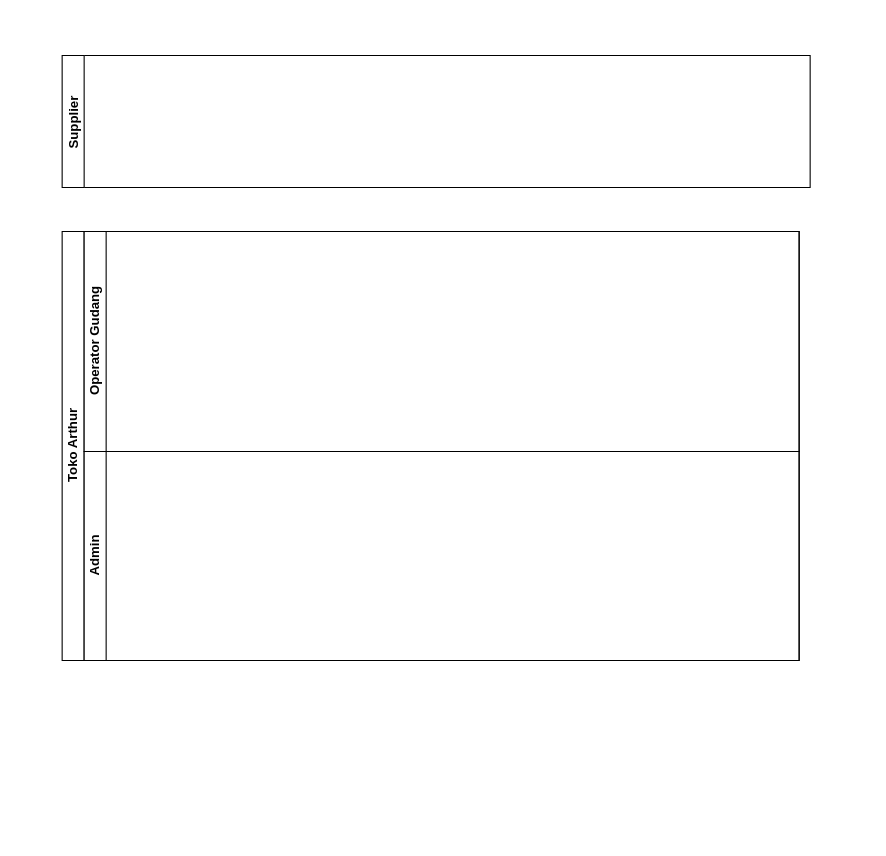
Above: Tugas/BPMN3.drawio in kucingtakucin/Proses-Bisnis-dan-SIM (draw.io), before the change. Source tidied: cells renumbered, new cells numbered last; positions are measured from the earlier drawing's top-left corner, leaving out a move shared by most shapes. Both pictures are drawn from the tidied source at 110%, with x=0, y=0 at pixel (62, 55).
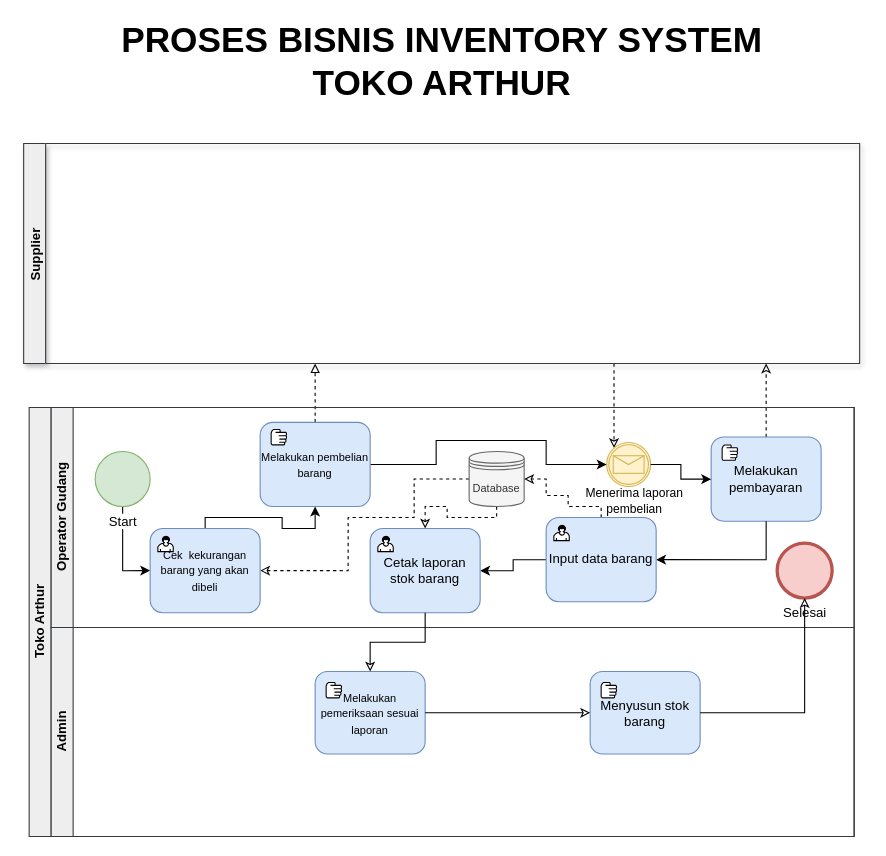
Above is the later version.

What changed in the source:
```diff
@@
+    <mxCell id="6" style="edgeStyle=orthogonalEdgeStyle;rounded=0;jettySize=auto;html=1;dashed=1;endArrow=classic;endFill=0;" parent="1" edge="1" source="2" target="12">
+      <mxGeometry relative="1" as="geometry">
+        <Array as="points">
+          <mxPoint x="515" y="280" />
+          <mxPoint x="515" y="280" />
+        </Array>
+      </mxGeometry>
+    </mxCell>
-    <mxCell id="2" value="Supplier" style="swimlane;startSize=20;horizontal=0;" parent="1" vertex="1">
-      <mxGeometry width="680" height="120" as="geometry" />
+    <mxCell id="2" value="Supplier" style="swimlane;startSize=20;horizontal=0;fillColor=#eeeeee;strokeColor=#36393d;shadow=1;" parent="1" vertex="1">
+      <mxGeometry x="-35" y="80" width="760" height="200" as="geometry" />
     </mxCell>
+    <mxCell id="7" style="edgeStyle=orthogonalEdgeStyle;rounded=0;jettySize=auto;html=1;dashed=1;endArrow=block;endFill=0;" parent="1" edge="1" source="15">
+      <mxGeometry relative="1" as="geometry">
+        <mxPoint x="230" y="280" as="targetPoint" />
+      </mxGeometry>
+    </mxCell>
+    <mxCell id="8" style="edgeStyle=orthogonalEdgeStyle;rounded=0;jettySize=auto;html=1;endArrow=classic;endFill=0;dashed=1;" parent="1" edge="1" source="9">
+      <mxGeometry relative="1" as="geometry">
+        <mxPoint x="640" y="280" as="targetPoint" />
+      </mxGeometry>
+    </mxCell>
-    <mxCell id="3" value="Toko Arthur" style="swimlane;html=1;horizontal=0;startSize=20;" parent="1" vertex="1">
-      <mxGeometry y="160" width="670" height="390" as="geometry" />
+    <mxCell id="3" value="Toko Arthur" style="swimlane;html=1;horizontal=0;startSize=20;fillColor=#eeeeee;strokeColor=#36393d;" parent="1" vertex="1">
+      <mxGeometry x="-30" y="320" width="750" height="390" as="geometry" />
     </mxCell>
-    <mxCell id="4" value="Operator Gudang" style="swimlane;html=1;startSize=20;horizontal=0;" parent="3" vertex="1">
-      <mxGeometry x="20" width="650" height="200" as="geometry" />
+    <mxCell id="4" value="Operator Gudang" style="swimlane;html=1;startSize=20;horizontal=0;fillColor=#eeeeee;strokeColor=#36393d;" parent="3" vertex="1">
+      <mxGeometry x="20" width="730" height="200" as="geometry" />
     </mxCell>
+    <mxCell id="9" value="Melakukan pembayaran" style="html=1;whiteSpace=wrap;rounded=1;fillColor=#dae8fc;strokeColor=#6c8ebf;" parent="4" vertex="1">
+      <mxGeometry x="600" y="26.8" width="100" height="76.5" as="geometry" />
+    </mxCell>
+    <mxCell id="10" style="edgeStyle=orthogonalEdgeStyle;rounded=0;jettySize=auto;html=1;entryX=1;entryY=0.5;entryDx=0;entryDy=0;endArrow=classic;endFill=1;exitX=0.5;exitY=1;exitDx=0;exitDy=0;" parent="4" edge="1" source="9" target="26">
+      <mxGeometry relative="1" as="geometry" />
+    </mxCell>
+    <mxCell id="11" style="shape=mxgraph.bpmn.manual_task;html=1;" parent="4" vertex="1">
+      <mxGeometry x="610" y="34" width="14" height="14" as="geometry" />
+    </mxCell>
+    <mxCell id="12" style="shape=mxgraph.bpmn.shape;html=1;verticalLabelPosition=bottom;labelBackgroundColor=#ffffff;verticalAlign=top;align=center;perimeter=ellipsePerimeter;outlineConnect=0;outline=catching;symbol=message;fillColor=#fff2cc;strokeColor=#d6b656;" parent="4" vertex="1">
+      <mxGeometry x="505" y="31.8" width="40" height="40" as="geometry" />
+    </mxCell>
+    <mxCell id="13" style="edgeStyle=orthogonalEdgeStyle;rounded=0;jettySize=auto;html=1;endArrow=classic;endFill=1;" parent="4" edge="1" source="12" target="9">
+      <mxGeometry relative="1" as="geometry" />
+    </mxCell>
+    <mxCell id="14" style="edgeStyle=orthogonalEdgeStyle;rounded=0;jettySize=auto;html=1;entryX=0;entryY=0.5;entryDx=0;entryDy=0;endArrow=classic;endFill=1;exitX=1;exitY=0.5;exitDx=0;exitDy=0;" parent="4" edge="1" source="15" target="12">
+      <mxGeometry relative="1" as="geometry">
+        <Array as="points">
+          <mxPoint x="350" y="52" />
+          <mxPoint x="350" y="30" />
+          <mxPoint x="450" y="30" />
+          <mxPoint x="450" y="52" />
+        </Array>
+      </mxGeometry>
+    </mxCell>
+    <mxCell id="15" value="&lt;font style=&quot;font-size: 10px&quot;&gt;Melakukan pembelian barang&lt;/font&gt;" style="html=1;whiteSpace=wrap;rounded=1;fillColor=#dae8fc;strokeColor=#6c8ebf;" parent="4" vertex="1">
+      <mxGeometry x="190" y="13.5" width="100" height="76.5" as="geometry" />
+    </mxCell>
+    <mxCell id="16" style="shape=mxgraph.bpmn.manual_task;html=1;" parent="4" vertex="1">
+      <mxGeometry x="200" y="20" width="14" height="14" as="geometry" />
+    </mxCell>
+    <mxCell id="17" style="edgeStyle=orthogonalEdgeStyle;rounded=0;jettySize=auto;html=1;entryX=0;entryY=0.5;entryDx=0;entryDy=0;" parent="4" edge="1" source="21" target="30">
+      <mxGeometry relative="1" as="geometry" />
+    </mxCell>
+    <mxCell id="18" style="edgeStyle=orthogonalEdgeStyle;rounded=0;jettySize=auto;html=1;entryX=1;entryY=0.5;entryDx=0;entryDy=0;dashed=1;endArrow=classic;endFill=0;exitX=0;exitY=0.5;exitDx=0;exitDy=0;" parent="4" edge="1" source="20" target="30">
+      <mxGeometry relative="1" as="geometry">
+        <Array as="points">
+          <mxPoint x="330" y="65" />
+          <mxPoint x="330" y="100" />
+          <mxPoint x="270" y="100" />
+          <mxPoint x="270" y="148" />
+        </Array>
+      </mxGeometry>
+    </mxCell>
+    <mxCell id="19" style="edgeStyle=orthogonalEdgeStyle;rounded=0;jettySize=auto;html=1;dashed=1;endArrow=classic;endFill=0;" parent="4" edge="1" source="20" target="28">
+      <mxGeometry relative="1" as="geometry">
+        <Array as="points">
+          <mxPoint x="405" y="100" />
+          <mxPoint x="360" y="100" />
+          <mxPoint x="360" y="90" />
+          <mxPoint x="340" y="90" />
+        </Array>
+      </mxGeometry>
+    </mxCell>
+    <mxCell id="20" value="&lt;font style=&quot;font-size: 10px&quot;&gt;Database&lt;/font&gt;" style="shape=datastore;whiteSpace=wrap;html=1;fillColor=#f5f5f5;strokeColor=#666666;fontColor=#333333;" parent="4" vertex="1">
+      <mxGeometry x="380" y="40" width="50" height="50" as="geometry" />
+    </mxCell>
+    <mxCell id="21" value="&lt;div&gt;Start&lt;/div&gt;" style="shape=mxgraph.bpmn.shape;html=1;verticalLabelPosition=bottom;labelBackgroundColor=#ffffff;verticalAlign=top;align=center;perimeter=ellipsePerimeter;outlineConnect=0;outline=standard;symbol=general;fillColor=#d5e8d4;strokeColor=#82b366;" parent="4" vertex="1">
+      <mxGeometry x="40" y="40" width="50" height="50" as="geometry" />
+    </mxCell>
+    <mxCell id="22" style="edgeStyle=orthogonalEdgeStyle;rounded=0;jettySize=auto;html=1;entryX=0.5;entryY=1;entryDx=0;entryDy=0;" parent="4" edge="1" source="30" target="15">
+      <mxGeometry relative="1" as="geometry">
+        <Array as="points">
+          <mxPoint x="140" y="100" />
+          <mxPoint x="210" y="100" />
+          <mxPoint x="210" y="110" />
+          <mxPoint x="240" y="110" />
+        </Array>
+      </mxGeometry>
+    </mxCell>
+    <mxCell id="23" style="edgeStyle=orthogonalEdgeStyle;rounded=0;jettySize=auto;html=1;endArrow=classic;endFill=1;" parent="4" edge="1" source="26" target="28">
+      <mxGeometry relative="1" as="geometry" />
+    </mxCell>
+    <mxCell id="24" style="edgeStyle=orthogonalEdgeStyle;rounded=0;jettySize=auto;html=1;endArrow=classic;endFill=0;exitX=0.5;exitY=0;exitDx=0;exitDy=0;entryX=1;entryY=0.5;entryDx=0;entryDy=0;dashed=1;" parent="4" edge="1" source="26" target="20">
+      <mxGeometry relative="1" as="geometry">
+        <Array as="points">
+          <mxPoint x="500" y="90" />
+          <mxPoint x="470" y="90" />
+          <mxPoint x="470" y="80" />
+          <mxPoint x="450" y="80" />
+          <mxPoint x="450" y="65" />
+        </Array>
+      </mxGeometry>
+    </mxCell>
+    <mxCell id="25" value="&lt;div style=&quot;font-size: 11px&quot;&gt;&lt;font style=&quot;font-size: 11px&quot;&gt;Menerima laporan&lt;/font&gt;&lt;/div&gt;&lt;div style=&quot;font-size: 11px&quot;&gt;&lt;font style=&quot;font-size: 11px&quot;&gt;pembelian&lt;br&gt;&lt;/font&gt;&lt;/div&gt;" style="text;html=1;align=center;verticalAlign=middle;" parent="4" vertex="1">
+      <mxGeometry x="470" y="70" width="120" height="30" as="geometry" />
+    </mxCell>
+    <mxCell id="26" value="Input data barang" style="html=1;whiteSpace=wrap;rounded=1;fillColor=#dae8fc;strokeColor=#6c8ebf;" parent="4" vertex="1">
+      <mxGeometry x="450" y="100" width="100" height="76.5" as="geometry" />
+    </mxCell>
+    <mxCell id="27" style="html=1;shape=mxgraph.bpmn.user_task;" parent="26" vertex="1">
+      <mxGeometry width="14" height="14" relative="1" as="geometry">
+        <mxPoint x="7" y="7" as="offset" />
+      </mxGeometry>
+    </mxCell>
+    <mxCell id="28" value="&lt;div&gt;Cetak laporan stok barang&lt;/div&gt;" style="html=1;whiteSpace=wrap;rounded=1;fillColor=#dae8fc;strokeColor=#6c8ebf;" parent="4" vertex="1">
+      <mxGeometry x="290" y="110" width="100" height="76.5" as="geometry" />
+    </mxCell>
+    <mxCell id="29" style="html=1;shape=mxgraph.bpmn.user_task;" parent="28" vertex="1">
+      <mxGeometry width="14" height="14" relative="1" as="geometry">
+        <mxPoint x="7" y="7" as="offset" />
+      </mxGeometry>
+    </mxCell>
+    <mxCell id="30" value="&lt;font style=&quot;font-size: 10px&quot;&gt;Cek&amp;nbsp; kekurangan barang yang akan dibeli&lt;/font&gt;" style="html=1;whiteSpace=wrap;rounded=1;fillColor=#dae8fc;strokeColor=#6c8ebf;" parent="4" vertex="1">
+      <mxGeometry x="90" y="110" width="100" height="76.5" as="geometry" />
+    </mxCell>
+    <mxCell id="31" style="html=1;shape=mxgraph.bpmn.user_task;" parent="30" vertex="1">
+      <mxGeometry width="14" height="14" relative="1" as="geometry">
+        <mxPoint x="7" y="7" as="offset" />
+      </mxGeometry>
+    </mxCell>
+    <mxCell id="32" value="Selesai" style="shape=mxgraph.bpmn.shape;html=1;verticalLabelPosition=bottom;labelBackgroundColor=#ffffff;verticalAlign=top;align=center;perimeter=ellipsePerimeter;outlineConnect=0;outline=end;symbol=general;fillColor=#f8cecc;strokeColor=#b85450;" parent="4" vertex="1">
+      <mxGeometry x="660" y="123.2" width="50" height="50" as="geometry" />
+    </mxCell>
-    <mxCell id="5" value="Admin" style="swimlane;html=1;startSize=20;horizontal=0;" parent="3" vertex="1">
-      <mxGeometry x="20" y="200" width="650" height="190" as="geometry" />
+    <mxCell id="5" value="Admin" style="swimlane;html=1;startSize=20;horizontal=0;fillColor=#eeeeee;strokeColor=#36393d;" parent="3" vertex="1">
+      <mxGeometry x="20" y="200" width="730" height="190" as="geometry" />
     </mxCell>
+    <mxCell id="33" value="Menyusun stok barang" style="shape=ext;rounded=1;html=1;whiteSpace=wrap;fillColor=#dae8fc;strokeColor=#6c8ebf;" parent="5" vertex="1">
+      <mxGeometry x="490" y="40" width="100" height="75" as="geometry" />
+    </mxCell>
+    <mxCell id="34" style="shape=mxgraph.bpmn.manual_task;html=1;" parent="5" vertex="1">
+      <mxGeometry x="500" y="50" width="14" height="14" as="geometry" />
+    </mxCell>
+    <mxCell id="35" value="&lt;font style=&quot;font-size: 10px&quot;&gt;Melakukan pemeriksaan sesuai laporan&lt;/font&gt;" style="shape=ext;rounded=1;html=1;whiteSpace=wrap;fillColor=#dae8fc;strokeColor=#6c8ebf;" parent="5" vertex="1">
+      <mxGeometry x="240" y="40" width="100" height="75" as="geometry" />
+    </mxCell>
+    <mxCell id="36" style="edgeStyle=orthogonalEdgeStyle;rounded=0;jettySize=auto;html=1;endArrow=classic;endFill=0;" parent="5" edge="1" source="35" target="33">
+      <mxGeometry relative="1" as="geometry" />
+    </mxCell>
+    <mxCell id="37" style="shape=mxgraph.bpmn.manual_task;html=1;" parent="5" vertex="1">
+      <mxGeometry x="250" y="50" width="14" height="14" as="geometry" />
+    </mxCell>
+    <mxCell id="38" style="edgeStyle=orthogonalEdgeStyle;rounded=0;jettySize=auto;html=1;endArrow=classic;endFill=0;" parent="3" edge="1" source="28" target="35">
+      <mxGeometry relative="1" as="geometry" />
+    </mxCell>
+    <mxCell id="39" style="edgeStyle=orthogonalEdgeStyle;rounded=0;jettySize=auto;html=1;endArrow=classic;endFill=0;" parent="3" edge="1" source="33" target="32">
+      <mxGeometry relative="1" as="geometry" />
+    </mxCell>
+    <mxCell id="40" value="&lt;div&gt;&lt;font style=&quot;font-size: 32px&quot;&gt;&lt;b&gt;PROSES BISNIS INVENTORY SYSTEM&lt;br&gt;&lt;/b&gt;&lt;/font&gt;&lt;/div&gt;&lt;div&gt;&lt;font style=&quot;font-size: 32px&quot;&gt;&lt;b&gt; TOKO ARTHUR&lt;/b&gt;&lt;/font&gt;&lt;/div&gt;" style="text;html=1;align=center;verticalAlign=middle;" parent="1" vertex="1">
+      <mxGeometry x="-10" y="-20" width="710" height="50" as="geometry" />
+    </mxCell>
```
